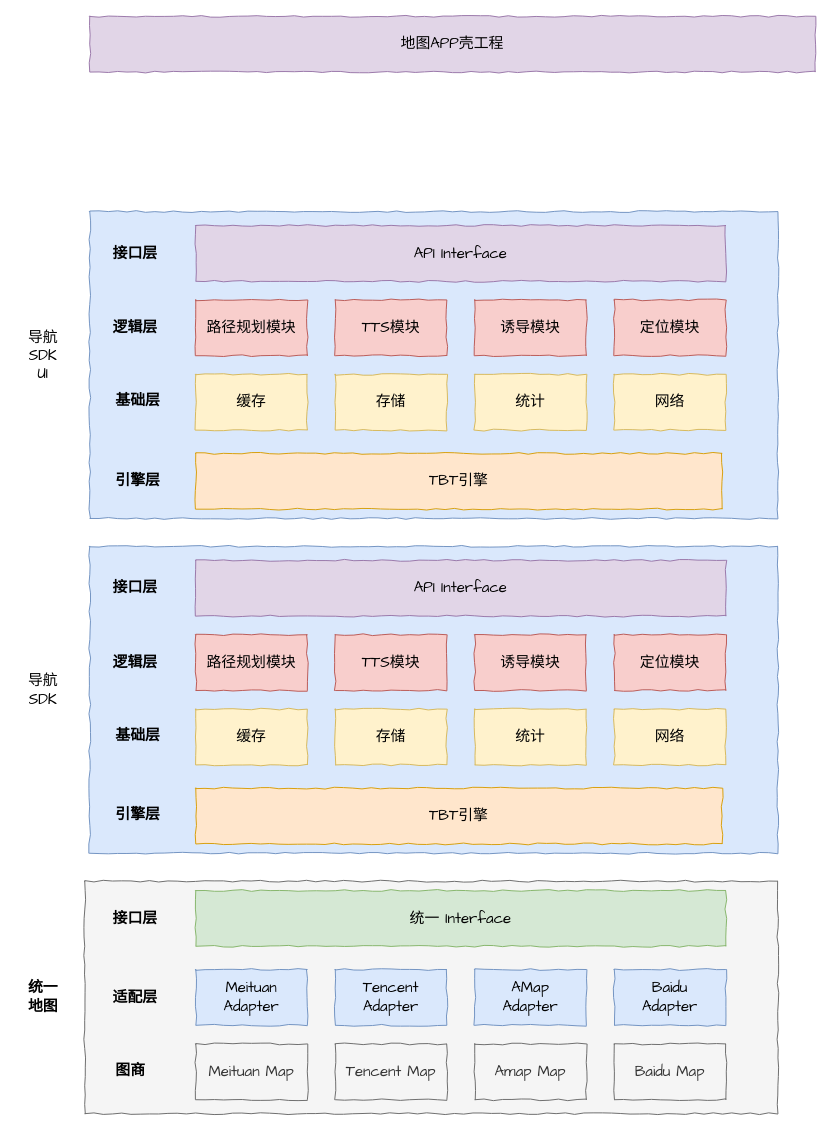
This is 地图app导航.drawio from TryLoveCatch/charts, a draw.io file, before an edit. Source tidied: cells renumbered, new cells numbered last; positions are measured from the earlier drawing's top-left corner, leaving out a move shared by most shapes. Both pictures are drawn from the tidied source at 93%, with x=0, y=0 at pixel (16, 16).
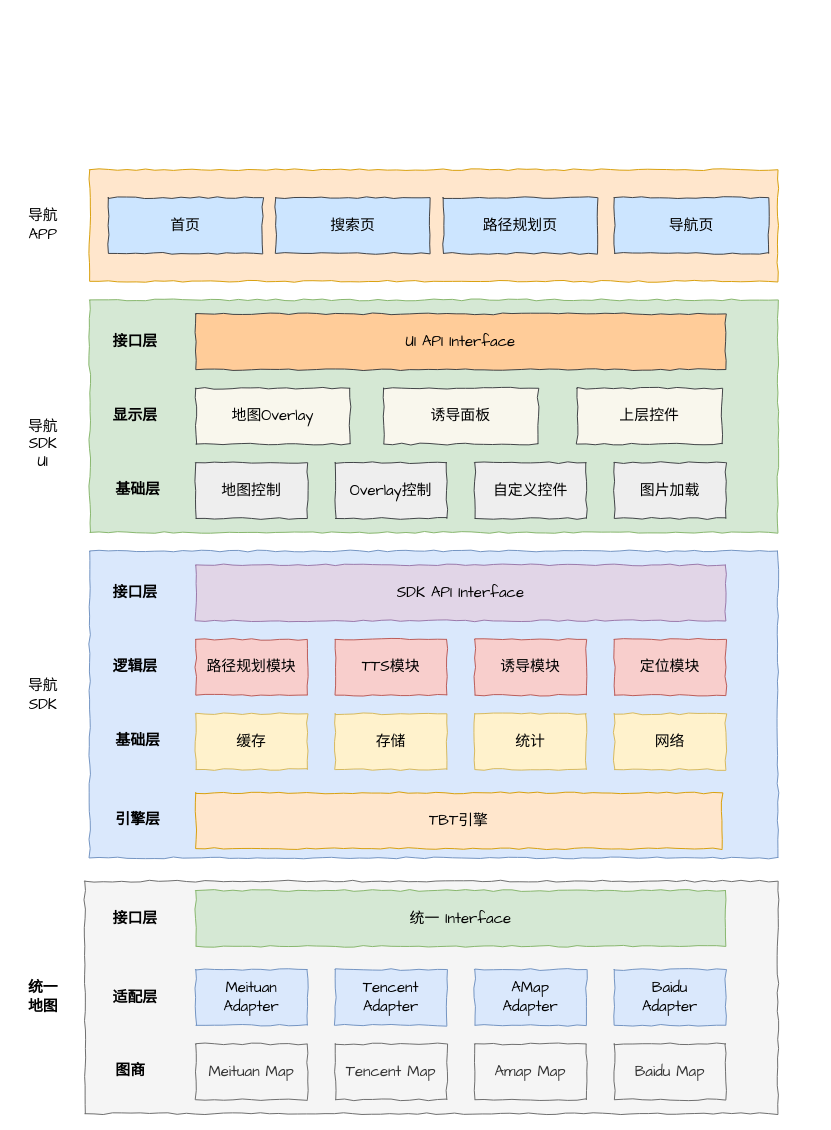
The same diagram, later.

Commit message (it also covers changes not shown here):
更新地图app导航.drawio

The edit, as a diff of the source:
```diff
@@
-    <mxCell id="2" style="rounded=0;whiteSpace=wrap;html=1;comic=1;fontFamily=Comic Sans MS;fontSize=16;fillColor=#f5f5f5;strokeColor=#666666;fontColor=#333333;" parent="1" vertex="1">
-      <mxGeometry x="73.6" y="930" width="745.4" height="250" as="geometry" />
-    </mxCell>
+    <mxCell id="49" style="rounded=0;whiteSpace=wrap;html=1;comic=1;fontFamily=Comic Sans MS;fontSize=16;fillColor=#f5f5f5;strokeColor=#666666;fontColor=#333333;" parent="1" vertex="1">
+      <mxGeometry x="73.6" y="930" width="745.4" height="250" as="geometry" />
+    </mxCell>
@@
-    <mxCell id="13" value="接口层" style="text;html=1;strokeColor=none;fillColor=none;align=center;verticalAlign=middle;whiteSpace=wrap;rounded=0;comic=1;fontFamily=Comic Sans MS;fontSize=16;fontStyle=1;" parent="1" vertex="1">
-      <mxGeometry x="103" y="960" width="50" height="20" as="geometry" />
-    </mxCell>
+    <mxCell id="50" value="接口层" style="text;html=1;strokeColor=none;fillColor=none;align=center;verticalAlign=middle;whiteSpace=wrap;rounded=0;comic=1;fontFamily=Comic Sans MS;fontSize=16;fontStyle=1;" parent="1" vertex="1">
+      <mxGeometry x="103" y="960" width="50" height="20" as="geometry" />
+    </mxCell>
@@
-    <mxCell id="16" value="地图APP壳工程" style="rounded=0;whiteSpace=wrap;html=1;comic=1;fontFamily=Comic Sans MS;fontSize=16;fillColor=#e1d5e7;strokeColor=#9673a6;" parent="1" vertex="1">
-      <mxGeometry x="79" width="780" height="60" as="geometry" />
-    </mxCell>
     <mxCell id="17" value="导航&lt;br&gt;SDK" style="text;html=1;strokeColor=none;fillColor=none;align=center;verticalAlign=middle;whiteSpace=wrap;rounded=0;comic=1;fontFamily=Comic Sans MS;fontSize=16;" parent="1" vertex="1">
-      <mxGeometry x="9" y="715" width="40" height="20" as="geometry" />
+      <mxGeometry x="9" y="720" width="40" height="20" as="geometry" />
     </mxCell>
-    <mxCell id="18" style="rounded=0;whiteSpace=wrap;html=1;comic=1;fontFamily=Comic Sans MS;fontSize=16;fillColor=#dae8fc;strokeColor=#6c8ebf;" parent="1" vertex="1">
-      <mxGeometry x="79" y="570" width="740" height="330" as="geometry" />
-    </mxCell>
-    <mxCell id="19" value="缓存" style="rounded=0;whiteSpace=wrap;html=1;comic=1;fillColor=#fff2cc;strokeColor=#d6b656;fontSize=16;fontFamily=Comic Sans MS;" parent="1" vertex="1">
-      <mxGeometry x="193" y="745" width="120" height="60" as="geometry" />
-    </mxCell>
-    <mxCell id="20" value="存储" style="rounded=0;whiteSpace=wrap;html=1;comic=1;fillColor=#fff2cc;strokeColor=#d6b656;fontSize=16;fontFamily=Comic Sans MS;" parent="1" vertex="1">
-      <mxGeometry x="343" y="745" width="120" height="60" as="geometry" />
-    </mxCell>
-    <mxCell id="21" value="统计" style="rounded=0;whiteSpace=wrap;html=1;comic=1;fillColor=#fff2cc;strokeColor=#d6b656;fontSize=16;fontFamily=Comic Sans MS;" parent="1" vertex="1">
-      <mxGeometry x="493" y="745" width="120" height="60" as="geometry" />
-    </mxCell>
-    <mxCell id="22" value="网络" style="rounded=0;whiteSpace=wrap;html=1;comic=1;fillColor=#fff2cc;strokeColor=#d6b656;fontSize=16;fontFamily=Comic Sans MS;" parent="1" vertex="1">
-      <mxGeometry x="643" y="745" width="120" height="60" as="geometry" />
-    </mxCell>
-    <mxCell id="23" value="路径规划模块" style="rounded=0;whiteSpace=wrap;html=1;comic=1;fillColor=#f8cecc;strokeColor=#b85450;fontSize=16;fontFamily=Comic Sans MS;" parent="1" vertex="1">
-      <mxGeometry x="193" y="665" width="120" height="60" as="geometry" />
-    </mxCell>
-    <mxCell id="24" value="基础层" style="text;html=1;strokeColor=none;fillColor=none;align=center;verticalAlign=middle;whiteSpace=wrap;rounded=0;comic=1;fontFamily=Comic Sans MS;fontSize=16;fontStyle=1;" parent="1" vertex="1">
-      <mxGeometry x="103" y="765" width="56" height="18" as="geometry" />
-    </mxCell>
-    <mxCell id="25" value="TTS模块" style="rounded=0;whiteSpace=wrap;html=1;comic=1;fillColor=#f8cecc;strokeColor=#b85450;fontSize=16;fontFamily=Comic Sans MS;" parent="1" vertex="1">
-      <mxGeometry x="343" y="665" width="120" height="60" as="geometry" />
-    </mxCell>
-    <mxCell id="26" value="诱导模块" style="rounded=0;whiteSpace=wrap;html=1;comic=1;fillColor=#f8cecc;strokeColor=#b85450;fontSize=16;fontFamily=Comic Sans MS;" parent="1" vertex="1">
-      <mxGeometry x="493" y="665" width="120" height="60" as="geometry" />
-    </mxCell>
-    <mxCell id="27" value="定位模块" style="rounded=0;whiteSpace=wrap;html=1;comic=1;fillColor=#f8cecc;strokeColor=#b85450;fontSize=16;fontFamily=Comic Sans MS;" parent="1" vertex="1">
-      <mxGeometry x="643" y="665" width="120" height="60" as="geometry" />
-    </mxCell>
-    <mxCell id="28" value="逻辑层" style="text;html=1;strokeColor=none;fillColor=none;align=center;verticalAlign=middle;whiteSpace=wrap;rounded=0;comic=1;fontFamily=Comic Sans MS;fontSize=16;fontStyle=1;" parent="1" vertex="1">
-      <mxGeometry x="103" y="685" width="50" height="20" as="geometry" />
-    </mxCell>
-    <mxCell id="29" value="接口层" style="text;html=1;strokeColor=none;fillColor=none;align=center;verticalAlign=middle;whiteSpace=wrap;rounded=0;comic=1;fontFamily=Comic Sans MS;fontSize=16;fontStyle=1;" parent="1" vertex="1">
-      <mxGeometry x="103" y="605" width="50" height="20" as="geometry" />
-    </mxCell>
-    <mxCell id="30" value="API Interface" style="rounded=0;whiteSpace=wrap;html=1;comic=1;fillColor=#e1d5e7;strokeColor=#9673a6;fontSize=16;fontFamily=Comic Sans MS;" parent="1" vertex="1">
-      <mxGeometry x="193" y="585" width="570" height="60" as="geometry" />
-    </mxCell>
-    <mxCell id="31" value="TBT引擎" style="rounded=0;whiteSpace=wrap;html=1;comic=1;fillColor=#ffe6cc;strokeColor=#d79b00;fontSize=16;fontFamily=Comic Sans MS;" parent="1" vertex="1">
-      <mxGeometry x="193" y="830" width="566" height="60" as="geometry" />
-    </mxCell>
-    <mxCell id="32" value="引擎层" style="text;html=1;strokeColor=none;fillColor=none;align=center;verticalAlign=middle;whiteSpace=wrap;rounded=0;comic=1;fontFamily=Comic Sans MS;fontSize=16;fontStyle=1;" parent="1" vertex="1">
-      <mxGeometry x="103" y="850" width="56" height="18" as="geometry" />
-    </mxCell>
+    <mxCell id="51" style="rounded=0;whiteSpace=wrap;html=1;comic=1;fontFamily=Comic Sans MS;fontSize=16;fillColor=#dae8fc;strokeColor=#6c8ebf;" parent="1" vertex="1">
+      <mxGeometry x="79" y="575" width="740" height="330" as="geometry" />
+    </mxCell>
+    <mxCell id="52" value="缓存" style="rounded=0;whiteSpace=wrap;html=1;comic=1;fillColor=#fff2cc;strokeColor=#d6b656;fontSize=16;fontFamily=Comic Sans MS;" parent="1" vertex="1">
+      <mxGeometry x="193" y="750" width="120" height="60" as="geometry" />
+    </mxCell>
+    <mxCell id="53" value="存储" style="rounded=0;whiteSpace=wrap;html=1;comic=1;fillColor=#fff2cc;strokeColor=#d6b656;fontSize=16;fontFamily=Comic Sans MS;" parent="1" vertex="1">
+      <mxGeometry x="343" y="750" width="120" height="60" as="geometry" />
+    </mxCell>
+    <mxCell id="54" value="统计" style="rounded=0;whiteSpace=wrap;html=1;comic=1;fillColor=#fff2cc;strokeColor=#d6b656;fontSize=16;fontFamily=Comic Sans MS;" parent="1" vertex="1">
+      <mxGeometry x="493" y="750" width="120" height="60" as="geometry" />
+    </mxCell>
+    <mxCell id="55" value="网络" style="rounded=0;whiteSpace=wrap;html=1;comic=1;fillColor=#fff2cc;strokeColor=#d6b656;fontSize=16;fontFamily=Comic Sans MS;" parent="1" vertex="1">
+      <mxGeometry x="643" y="750" width="120" height="60" as="geometry" />
+    </mxCell>
+    <mxCell id="56" value="路径规划模块" style="rounded=0;whiteSpace=wrap;html=1;comic=1;fillColor=#f8cecc;strokeColor=#b85450;fontSize=16;fontFamily=Comic Sans MS;" parent="1" vertex="1">
+      <mxGeometry x="193" y="670" width="120" height="60" as="geometry" />
+    </mxCell>
+    <mxCell id="57" value="基础层" style="text;html=1;strokeColor=none;fillColor=none;align=center;verticalAlign=middle;whiteSpace=wrap;rounded=0;comic=1;fontFamily=Comic Sans MS;fontSize=16;fontStyle=1;" parent="1" vertex="1">
+      <mxGeometry x="103" y="770" width="56" height="18" as="geometry" />
+    </mxCell>
+    <mxCell id="58" value="TTS模块" style="rounded=0;whiteSpace=wrap;html=1;comic=1;fillColor=#f8cecc;strokeColor=#b85450;fontSize=16;fontFamily=Comic Sans MS;" parent="1" vertex="1">
+      <mxGeometry x="343" y="670" width="120" height="60" as="geometry" />
+    </mxCell>
+    <mxCell id="59" value="诱导模块" style="rounded=0;whiteSpace=wrap;html=1;comic=1;fillColor=#f8cecc;strokeColor=#b85450;fontSize=16;fontFamily=Comic Sans MS;" parent="1" vertex="1">
+      <mxGeometry x="493" y="670" width="120" height="60" as="geometry" />
+    </mxCell>
+    <mxCell id="60" value="定位模块" style="rounded=0;whiteSpace=wrap;html=1;comic=1;fillColor=#f8cecc;strokeColor=#b85450;fontSize=16;fontFamily=Comic Sans MS;" parent="1" vertex="1">
+      <mxGeometry x="643" y="670" width="120" height="60" as="geometry" />
+    </mxCell>
+    <mxCell id="61" value="逻辑层" style="text;html=1;strokeColor=none;fillColor=none;align=center;verticalAlign=middle;whiteSpace=wrap;rounded=0;comic=1;fontFamily=Comic Sans MS;fontSize=16;fontStyle=1;" parent="1" vertex="1">
+      <mxGeometry x="103" y="690" width="50" height="20" as="geometry" />
+    </mxCell>
+    <mxCell id="62" value="接口层" style="text;html=1;strokeColor=none;fillColor=none;align=center;verticalAlign=middle;whiteSpace=wrap;rounded=0;comic=1;fontFamily=Comic Sans MS;fontSize=16;fontStyle=1;" parent="1" vertex="1">
+      <mxGeometry x="103" y="610" width="50" height="20" as="geometry" />
+    </mxCell>
+    <mxCell id="63" value="SDK API Interface" style="rounded=0;whiteSpace=wrap;html=1;comic=1;fillColor=#e1d5e7;strokeColor=#9673a6;fontSize=16;fontFamily=Comic Sans MS;" parent="1" vertex="1">
+      <mxGeometry x="193" y="590" width="570" height="60" as="geometry" />
+    </mxCell>
+    <mxCell id="64" value="TBT引擎" style="rounded=0;whiteSpace=wrap;html=1;comic=1;fillColor=#ffe6cc;strokeColor=#d79b00;fontSize=16;fontFamily=Comic Sans MS;" parent="1" vertex="1">
+      <mxGeometry x="193" y="835" width="566" height="60" as="geometry" />
+    </mxCell>
+    <mxCell id="65" value="引擎层" style="text;html=1;strokeColor=none;fillColor=none;align=center;verticalAlign=middle;whiteSpace=wrap;rounded=0;comic=1;fontFamily=Comic Sans MS;fontSize=16;fontStyle=1;" parent="1" vertex="1">
+      <mxGeometry x="103" y="855" width="56" height="18" as="geometry" />
+    </mxCell>
     <mxCell id="33" value="导航&lt;br&gt;SDK&lt;br&gt;UI" style="text;html=1;strokeColor=none;fillColor=none;align=center;verticalAlign=middle;whiteSpace=wrap;rounded=0;comic=1;fontFamily=Comic Sans MS;fontSize=16;" parent="1" vertex="1">
-      <mxGeometry x="9" y="355" width="40" height="20" as="geometry" />
+      <mxGeometry x="9" y="450" width="40" height="20" as="geometry" />
     </mxCell>
-    <mxCell id="34" style="rounded=0;whiteSpace=wrap;html=1;comic=1;fontFamily=Comic Sans MS;fontSize=16;fillColor=#dae8fc;strokeColor=#6c8ebf;" parent="1" vertex="1">
-      <mxGeometry x="79" y="210" width="740" height="330" as="geometry" />
-    </mxCell>
-    <mxCell id="35" value="缓存" style="rounded=0;whiteSpace=wrap;html=1;comic=1;fillColor=#fff2cc;strokeColor=#d6b656;fontSize=16;fontFamily=Comic Sans MS;" parent="1" vertex="1">
-      <mxGeometry x="193" y="385" width="120" height="60" as="geometry" />
-    </mxCell>
-    <mxCell id="36" value="存储" style="rounded=0;whiteSpace=wrap;html=1;comic=1;fillColor=#fff2cc;strokeColor=#d6b656;fontSize=16;fontFamily=Comic Sans MS;" parent="1" vertex="1">
-      <mxGeometry x="343" y="385" width="120" height="60" as="geometry" />
-    </mxCell>
-    <mxCell id="37" value="统计" style="rounded=0;whiteSpace=wrap;html=1;comic=1;fillColor=#fff2cc;strokeColor=#d6b656;fontSize=16;fontFamily=Comic Sans MS;" parent="1" vertex="1">
-      <mxGeometry x="493" y="385" width="120" height="60" as="geometry" />
-    </mxCell>
-    <mxCell id="38" value="网络" style="rounded=0;whiteSpace=wrap;html=1;comic=1;fillColor=#fff2cc;strokeColor=#d6b656;fontSize=16;fontFamily=Comic Sans MS;" parent="1" vertex="1">
-      <mxGeometry x="643" y="385" width="120" height="60" as="geometry" />
-    </mxCell>
-    <mxCell id="39" value="路径规划模块" style="rounded=0;whiteSpace=wrap;html=1;comic=1;fillColor=#f8cecc;strokeColor=#b85450;fontSize=16;fontFamily=Comic Sans MS;" parent="1" vertex="1">
-      <mxGeometry x="193" y="305" width="120" height="60" as="geometry" />
-    </mxCell>
-    <mxCell id="40" value="基础层" style="text;html=1;strokeColor=none;fillColor=none;align=center;verticalAlign=middle;whiteSpace=wrap;rounded=0;comic=1;fontFamily=Comic Sans MS;fontSize=16;fontStyle=1;" parent="1" vertex="1">
-      <mxGeometry x="103" y="405" width="56" height="18" as="geometry" />
-    </mxCell>
-    <mxCell id="41" value="TTS模块" style="rounded=0;whiteSpace=wrap;html=1;comic=1;fillColor=#f8cecc;strokeColor=#b85450;fontSize=16;fontFamily=Comic Sans MS;" parent="1" vertex="1">
-      <mxGeometry x="343" y="305" width="120" height="60" as="geometry" />
-    </mxCell>
-    <mxCell id="42" value="诱导模块" style="rounded=0;whiteSpace=wrap;html=1;comic=1;fillColor=#f8cecc;strokeColor=#b85450;fontSize=16;fontFamily=Comic Sans MS;" parent="1" vertex="1">
-      <mxGeometry x="493" y="305" width="120" height="60" as="geometry" />
-    </mxCell>
-    <mxCell id="43" value="定位模块" style="rounded=0;whiteSpace=wrap;html=1;comic=1;fillColor=#f8cecc;strokeColor=#b85450;fontSize=16;fontFamily=Comic Sans MS;" parent="1" vertex="1">
-      <mxGeometry x="643" y="305" width="120" height="60" as="geometry" />
-    </mxCell>
-    <mxCell id="44" value="逻辑层" style="text;html=1;strokeColor=none;fillColor=none;align=center;verticalAlign=middle;whiteSpace=wrap;rounded=0;comic=1;fontFamily=Comic Sans MS;fontSize=16;fontStyle=1;" parent="1" vertex="1">
-      <mxGeometry x="103" y="325" width="50" height="20" as="geometry" />
-    </mxCell>
-    <mxCell id="45" value="接口层" style="text;html=1;strokeColor=none;fillColor=none;align=center;verticalAlign=middle;whiteSpace=wrap;rounded=0;comic=1;fontFamily=Comic Sans MS;fontSize=16;fontStyle=1;" parent="1" vertex="1">
-      <mxGeometry x="103" y="245" width="50" height="20" as="geometry" />
-    </mxCell>
-    <mxCell id="46" value="API Interface" style="rounded=0;whiteSpace=wrap;html=1;comic=1;fillColor=#e1d5e7;strokeColor=#9673a6;fontSize=16;fontFamily=Comic Sans MS;" parent="1" vertex="1">
-      <mxGeometry x="193" y="225" width="570" height="60" as="geometry" />
-    </mxCell>
-    <mxCell id="47" value="TBT引擎" style="rounded=0;whiteSpace=wrap;html=1;comic=1;fillColor=#ffe6cc;strokeColor=#d79b00;fontSize=16;fontFamily=Comic Sans MS;" parent="1" vertex="1">
-      <mxGeometry x="193" y="470" width="566" height="60" as="geometry" />
-    </mxCell>
-    <mxCell id="48" value="引擎层" style="text;html=1;strokeColor=none;fillColor=none;align=center;verticalAlign=middle;whiteSpace=wrap;rounded=0;comic=1;fontFamily=Comic Sans MS;fontSize=16;fontStyle=1;" parent="1" vertex="1">
-      <mxGeometry x="103" y="490" width="56" height="18" as="geometry" />
-    </mxCell>
+    <mxCell id="66" style="rounded=0;whiteSpace=wrap;html=1;comic=1;fontFamily=Comic Sans MS;fontSize=16;fillColor=#d5e8d4;strokeColor=#82b366;" parent="1" vertex="1">
+      <mxGeometry x="79" y="305" width="740" height="250" as="geometry" />
+    </mxCell>
+    <mxCell id="67" value="地图控制" style="rounded=0;whiteSpace=wrap;html=1;comic=1;fillColor=#eeeeee;strokeColor=#36393d;fontSize=16;fontFamily=Comic Sans MS;" parent="1" vertex="1">
+      <mxGeometry x="193" y="480" width="120" height="60" as="geometry" />
+    </mxCell>
+    <mxCell id="68" value="Overlay控制" style="rounded=0;whiteSpace=wrap;html=1;comic=1;fillColor=#eeeeee;strokeColor=#36393d;fontSize=16;fontFamily=Comic Sans MS;" parent="1" vertex="1">
+      <mxGeometry x="343" y="480" width="120" height="60" as="geometry" />
+    </mxCell>
+    <mxCell id="69" value="自定义控件" style="rounded=0;whiteSpace=wrap;html=1;comic=1;fillColor=#eeeeee;strokeColor=#36393d;fontSize=16;fontFamily=Comic Sans MS;" parent="1" vertex="1">
+      <mxGeometry x="493" y="480" width="120" height="60" as="geometry" />
+    </mxCell>
+    <mxCell id="70" value="图片加载" style="rounded=0;whiteSpace=wrap;html=1;comic=1;fillColor=#eeeeee;strokeColor=#36393d;fontSize=16;fontFamily=Comic Sans MS;" parent="1" vertex="1">
+      <mxGeometry x="643" y="480" width="120" height="60" as="geometry" />
+    </mxCell>
+    <mxCell id="71" value="地图Overlay" style="rounded=0;whiteSpace=wrap;html=1;comic=1;fillColor=#f9f7ed;strokeColor=#36393d;fontSize=16;fontFamily=Comic Sans MS;" parent="1" vertex="1">
+      <mxGeometry x="193" y="400" width="166" height="60" as="geometry" />
+    </mxCell>
+    <mxCell id="72" value="基础层" style="text;html=1;strokeColor=none;fillColor=none;align=center;verticalAlign=middle;whiteSpace=wrap;rounded=0;comic=1;fontFamily=Comic Sans MS;fontSize=16;fontStyle=1;" parent="1" vertex="1">
+      <mxGeometry x="103" y="500" width="56" height="18" as="geometry" />
+    </mxCell>
+    <mxCell id="73" value="诱导面板" style="rounded=0;whiteSpace=wrap;html=1;comic=1;fillColor=#f9f7ed;strokeColor=#36393d;fontSize=16;fontFamily=Comic Sans MS;" parent="1" vertex="1">
+      <mxGeometry x="395" y="400" width="166" height="60" as="geometry" />
+    </mxCell>
+    <mxCell id="74" value="显示层" style="text;html=1;strokeColor=none;fillColor=none;align=center;verticalAlign=middle;whiteSpace=wrap;rounded=0;comic=1;fontFamily=Comic Sans MS;fontSize=16;fontStyle=1;" parent="1" vertex="1">
+      <mxGeometry x="103" y="420" width="50" height="20" as="geometry" />
+    </mxCell>
+    <mxCell id="75" value="接口层" style="text;html=1;strokeColor=none;fillColor=none;align=center;verticalAlign=middle;whiteSpace=wrap;rounded=0;comic=1;fontFamily=Comic Sans MS;fontSize=16;fontStyle=1;" parent="1" vertex="1">
+      <mxGeometry x="103" y="340" width="50" height="20" as="geometry" />
+    </mxCell>
+    <mxCell id="76" value="UI API Interface" style="rounded=0;whiteSpace=wrap;html=1;comic=1;fillColor=#ffcc99;strokeColor=#36393d;fontSize=16;fontFamily=Comic Sans MS;" parent="1" vertex="1">
+      <mxGeometry x="193" y="320" width="570" height="60" as="geometry" />
+    </mxCell>
+    <mxCell id="77" value="上层控件" style="rounded=0;whiteSpace=wrap;html=1;comic=1;fillColor=#f9f7ed;strokeColor=#36393d;fontSize=16;fontFamily=Comic Sans MS;" parent="1" vertex="1">
+      <mxGeometry x="603" y="400" width="156" height="60" as="geometry" />
+    </mxCell>
+    <mxCell id="78" value="导航&lt;br&gt;APP" style="text;html=1;strokeColor=none;fillColor=none;align=center;verticalAlign=middle;whiteSpace=wrap;rounded=0;comic=1;fontFamily=Comic Sans MS;fontSize=16;" parent="1" vertex="1">
+      <mxGeometry x="9" y="215" width="40" height="20" as="geometry" />
+    </mxCell>
+    <mxCell id="79" style="rounded=0;whiteSpace=wrap;html=1;comic=1;fontFamily=Comic Sans MS;fontSize=16;fillColor=#ffe6cc;strokeColor=#d79b00;" parent="1" vertex="1">
+      <mxGeometry x="79" y="165" width="740" height="120" as="geometry" />
+    </mxCell>
+    <mxCell id="80" value="首页" style="rounded=0;whiteSpace=wrap;html=1;comic=1;fillColor=#cce5ff;strokeColor=#36393d;fontSize=16;fontFamily=Comic Sans MS;" parent="1" vertex="1">
+      <mxGeometry x="99" y="195" width="166" height="60" as="geometry" />
+    </mxCell>
+    <mxCell id="81" value="搜索页" style="rounded=0;whiteSpace=wrap;html=1;comic=1;fillColor=#cce5ff;strokeColor=#36393d;fontSize=16;fontFamily=Comic Sans MS;" parent="1" vertex="1">
+      <mxGeometry x="279" y="195" width="166" height="60" as="geometry" />
+    </mxCell>
+    <mxCell id="82" value="路径规划页" style="rounded=0;whiteSpace=wrap;html=1;comic=1;fillColor=#cce5ff;strokeColor=#36393d;fontSize=16;fontFamily=Comic Sans MS;" parent="1" vertex="1">
+      <mxGeometry x="459" y="195" width="166" height="60" as="geometry" />
+    </mxCell>
+    <mxCell id="83" value="导航页" style="rounded=0;whiteSpace=wrap;html=1;comic=1;fillColor=#cce5ff;strokeColor=#36393d;fontSize=16;fontFamily=Comic Sans MS;" parent="1" vertex="1">
+      <mxGeometry x="643" y="195" width="166" height="60" as="geometry" />
+    </mxCell>
```
